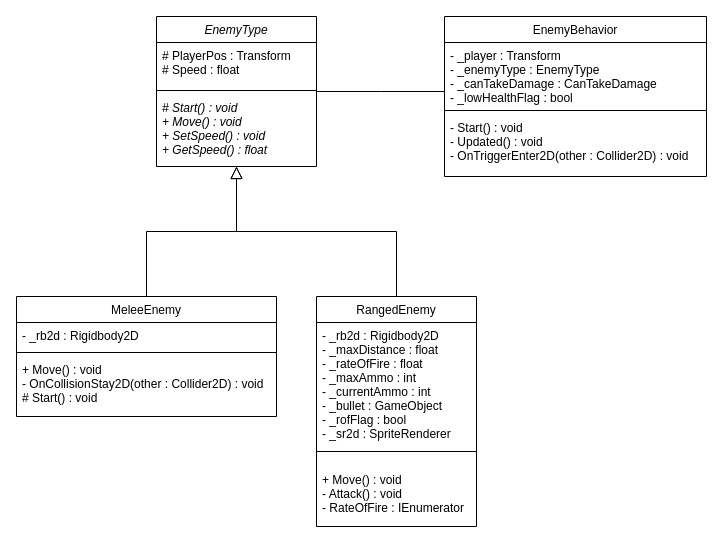
Before: UML Sheets/Assignment_02_UML_diagram_ncover.drawio in ncover99/CIS-491-assignment-1, a draw.io diagram. Source tidied: cells renumbered, new cells numbered last; positions are measured from the earlier drawing's top-left corner, leaving out a move shared by most shapes. Both pictures are drawn from the tidied source at 100%, with x=0, y=0 at pixel (16, 16).
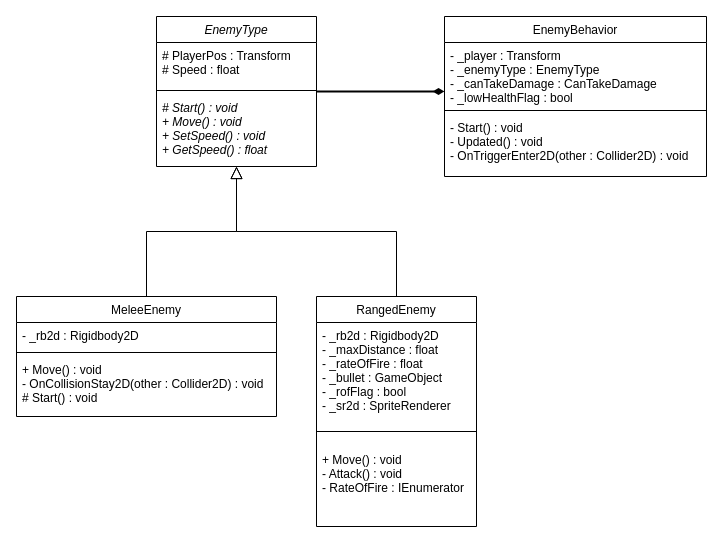
Above is the later version.

Commit message (it also covers changes not shown here):
final polish for assignment 02

Unchanged cells that the change refers to:
```xml
<mxCell id="2" value="EnemyType" style="swimlane;fontStyle=2;align=center;verticalAlign=top;horizontal=1;startSize=26;rounded=0;shadow=0;strokeWidth=1;" parent="1" vertex="1">
  <mxGeometry x="140" width="160" height="150" as="geometry" />
</mxCell>
<mxCell id="11" value="RangedEnemy" style="swimlane;fontStyle=0;align=center;verticalAlign=top;horizontal=1;startSize=26;rounded=0;shadow=0;strokeWidth=1;" parent="1" vertex="1">
  <mxGeometry x="300" y="280" width="160" height="230" as="geometry" />
</mxCell>
<mxCell id="16" value="EnemyBehavior" style="swimlane;fontStyle=0;align=center;verticalAlign=top;horizontal=1;startSize=26;rounded=0;shadow=0;strokeWidth=1;" parent="1" vertex="1">
  <mxGeometry x="428" width="262" height="160" as="geometry" />
</mxCell>
```

Change to the diagram source:
```diff
@@
-    <mxCell id="12" value="- _rb2d : Rigidbody2D&#10;- _maxDistance : float&#10;- _rateOfFire : float&#10;- _maxAmmo : int&#10;- _currentAmmo : int&#10;- _bullet : GameObject&#10;- _rofFlag : bool&#10;- _sr2d : SpriteRenderer" style="text;align=left;verticalAlign=top;spacingLeft=4;spacingRight=4;overflow=hidden;" parent="11" vertex="1">
-      <mxGeometry y="26" width="160" height="114" as="geometry" />
+    <mxCell id="12" value="- _rb2d : Rigidbody2D&#10;- _maxDistance : float&#10;- _rateOfFire : float&#10;- _bullet : GameObject&#10;- _rofFlag : bool&#10;- _sr2d : SpriteRenderer" style="text;align=left;verticalAlign=top;spacingLeft=4;spacingRight=4;overflow=hidden;" parent="11" vertex="1">
+      <mxGeometry y="26" width="160" height="94" as="geometry" />
     </mxCell>
     <mxCell id="13" style="line;html=1;strokeWidth=1;align=left;verticalAlign=middle;spacingTop=-1;spacingLeft=3;spacingRight=3;labelPosition=right;" parent="11" vertex="1">
-      <mxGeometry y="140" width="160" height="30" as="geometry" />
+      <mxGeometry y="120" width="160" height="30" as="geometry" />
     </mxCell>
     <mxCell id="14" value="+ Move() : void&#10;- Attack() : void&#10;- RateOfFire : IEnumerator" style="text;align=left;verticalAlign=top;spacingLeft=4;spacingRight=4;overflow=hidden;" parent="11" vertex="1">
-      <mxGeometry y="170" width="160" height="60" as="geometry" />
+      <mxGeometry y="150" width="160" height="60" as="geometry" />
     </mxCell>
@@
-    <mxCell id="20" style="endArrow=none;shadow=0;strokeWidth=1;rounded=0;endFill=0;edgeStyle=elbowEdgeStyle;elbow=vertical;" parent="1" edge="1" source="2" target="16">
+    <mxCell id="20" style="endArrow=diamondThin;shadow=0;strokeWidth=2;rounded=0;endFill=1;edgeStyle=elbowEdgeStyle;elbow=vertical;" parent="1" edge="1" source="2" target="16">
       <mxGeometry x="0.5" y="41" relative="1" as="geometry">
         <mxPoint x="-40" y="32" as="offset" />
       </mxGeometry>
     </mxCell>
```
